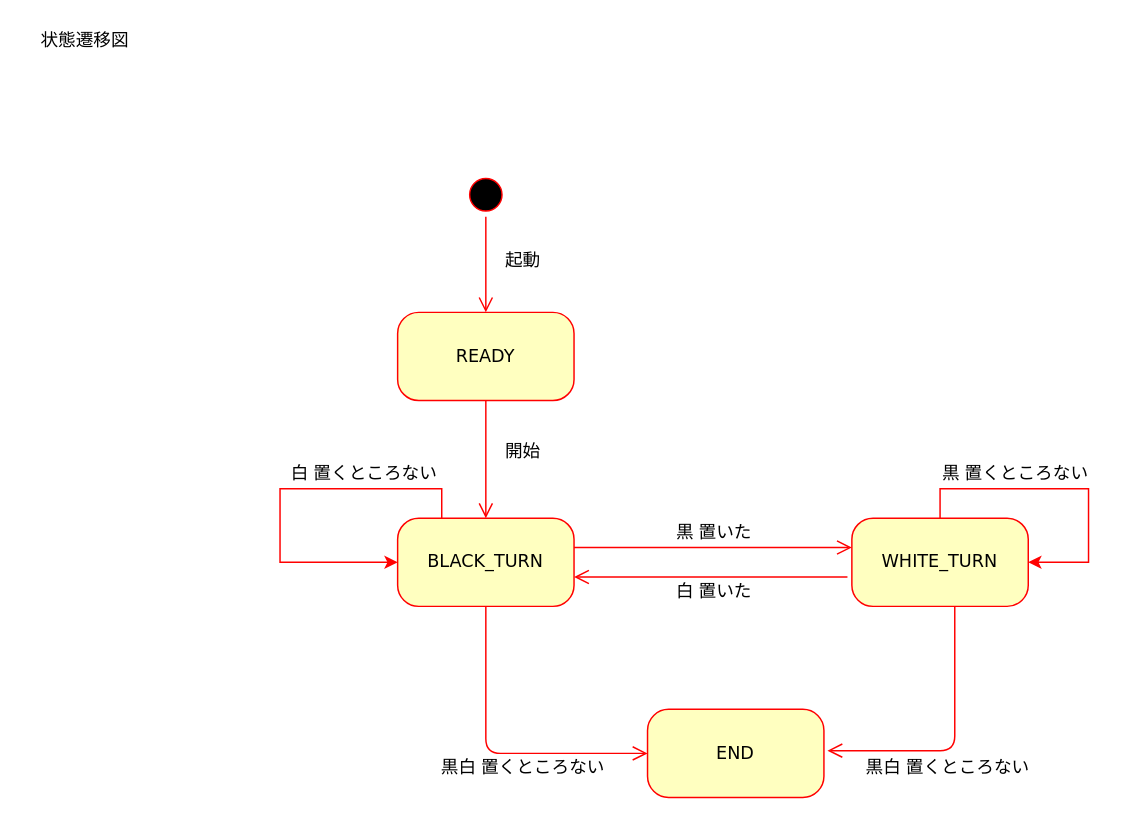
Earlier version of the draw.io diagram Document/状態遷移図.drawio (kouichi-ogura/TeamDevelopment). Source tidied: cells renumbered, new cells numbered last; positions are measured from the earlier drawing's top-left corner, leaving out a move shared by most shapes. Both pictures are drawn from the tidied source at 147%, with x=0, y=0 at pixel (25, 25).
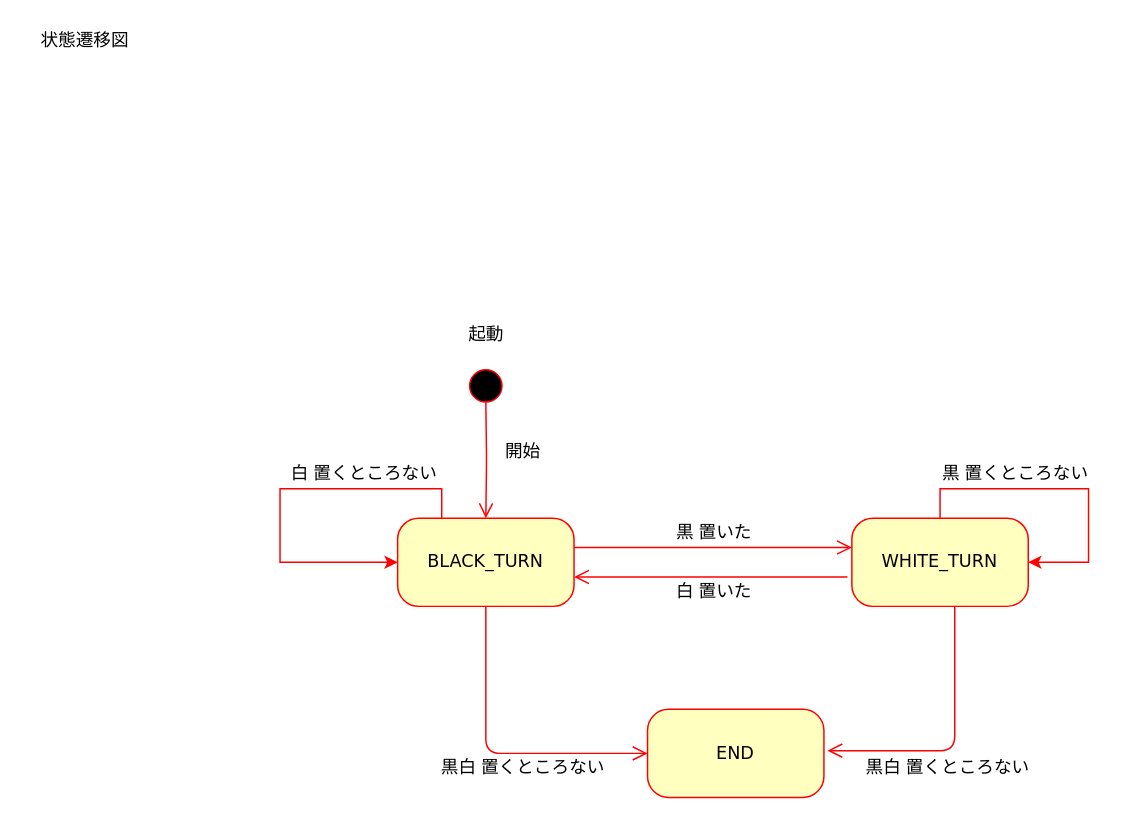
The same diagram, later.

The change refers to these unchanged cells:
```xml
<mxCell id="4" value="BLACK_TURN" style="rounded=1;whiteSpace=wrap;html=1;arcSize=24;fillColor=#ffffc0;strokeColor=#ff0000;shadow=0;comic=0;labelBackgroundColor=none;fontFamily=Verdana;fontSize=12;fontColor=#000000;align=center;" parent="1" vertex="1">
  <mxGeometry x="253" y="335" width="120" height="60" as="geometry" />
</mxCell>
```

What changed in the source:
```diff
@@
     <mxCell id="2" style="ellipse;html=1;shape=startState;fillColor=#000000;strokeColor=#ff0000;rounded=1;shadow=0;comic=0;labelBackgroundColor=none;fontFamily=Verdana;fontSize=12;fontColor=#000000;align=center;direction=south;" parent="1" vertex="1">
-      <mxGeometry x="298" y="100" width="30" height="30" as="geometry" />
+      <mxGeometry x="298" y="230" width="30" height="30" as="geometry" />
     </mxCell>
@@
-    <mxCell id="6" style="edgeStyle=orthogonalEdgeStyle;html=1;labelBackgroundColor=none;endArrow=open;endSize=8;strokeColor=#ff0000;fontFamily=Verdana;fontSize=12;align=left;exitX=0.5;exitY=1;exitDx=0;exitDy=0;" parent="1" edge="1" source="10" target="4">
-      <mxGeometry relative="1" as="geometry" />
+    <mxCell id="6" style="edgeStyle=orthogonalEdgeStyle;html=1;labelBackgroundColor=none;endArrow=open;endSize=8;strokeColor=#ff0000;fontFamily=Verdana;fontSize=12;align=left;exitX=0.5;exitY=1;exitDx=0;exitDy=0;" parent="1" edge="1" target="4">
+      <mxGeometry relative="1" as="geometry">
+        <mxPoint x="313" y="255" as="sourcePoint" />
+      </mxGeometry>
     </mxCell>
@@
     <mxCell id="9" value="起動" style="text;html=1;align=center;verticalAlign=middle;" parent="1" vertex="1">
-      <mxGeometry x="318" y="150" width="40" height="20" as="geometry" />
+      <mxGeometry x="293" y="200" width="40" height="20" as="geometry" />
     </mxCell>
-    <mxCell id="10" value="READY" style="rounded=1;whiteSpace=wrap;html=1;arcSize=24;fillColor=#ffffc0;strokeColor=#ff0000;shadow=0;comic=0;labelBackgroundColor=none;fontFamily=Verdana;fontSize=12;fontColor=#000000;align=center;" parent="1" vertex="1">
-      <mxGeometry x="253" y="195" width="120" height="60" as="geometry" />
-    </mxCell>
-    <mxCell id="11" style="edgeStyle=orthogonalEdgeStyle;html=1;labelBackgroundColor=none;endArrow=open;endSize=8;strokeColor=#ff0000;fontFamily=Verdana;fontSize=12;align=left;entryX=0.5;entryY=0;entryDx=0;entryDy=0;" parent="1" edge="1" source="2" target="10">
-      <mxGeometry relative="1" as="geometry">
-        <Array as="points">
-          <mxPoint x="313" y="195" />
-        </Array>
-      </mxGeometry>
-    </mxCell>
```
